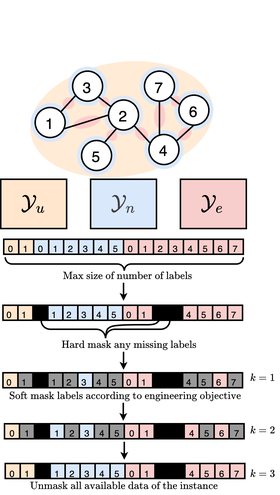
Mjvolk3/torchcell keeps this draw.io diagram as notes/assets/drawio/TorchCell-Supervised-Learning-and-Teacher-Forcing-Generic-Phenotypes.drawio.png. Above is the earlier version. Source tidied: cells renumbered, new cells last; positions are measured from the earlier drawing's top-left corner, leaving out a move shared by most shapes.
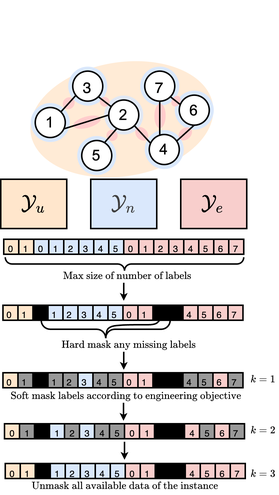
After the change.

Diff of the diagram source:
```diff
@@ -2,19 +2,19 @@
   <root>
     <mxCell id="0" />
     <mxCell id="1" parent="0" />
-    <mxCell id="2" value="&lt;font style=&quot;font-size: 6px;&quot;&gt;\(\text{Unmask all available data of the instance}\)&lt;/font&gt;" style="rounded=0;whiteSpace=wrap;html=1;strokeColor=none;" parent="1" vertex="1">
+    <mxCell id="2" value="&lt;font face=&quot;Arial&quot; style=&quot;font-size: 6px;&quot;&gt;\(\text{Unmask all available data of the instance}\)&lt;/font&gt;" style="rounded=0;whiteSpace=wrap;html=1;strokeColor=none;" parent="1" vertex="1">
       <mxGeometry x="22.5" y="315" width="120" height="15" as="geometry" />
     </mxCell>
-    <mxCell id="3" value="&lt;font style=&quot;font-size: 6px;&quot;&gt;\(\text{Soft mask labels according to engineering objective}\)&lt;/font&gt;" style="rounded=0;whiteSpace=wrap;html=1;strokeColor=none;" parent="1" vertex="1">
+    <mxCell id="3" value="&lt;font face=&quot;Arial&quot; style=&quot;font-size: 6px;&quot;&gt;\(\text{Soft mask labels according to engineering objective}\)&lt;/font&gt;" style="rounded=0;whiteSpace=wrap;html=1;strokeColor=none;" parent="1" vertex="1">
       <mxGeometry x="24.5" y="255" width="120" height="15" as="geometry" />
     </mxCell>
-    <mxCell id="4" value="&lt;font style=&quot;font-size: 6px;&quot;&gt;\(\text{Hard mask any missing labels}\)&lt;/font&gt;" style="rounded=0;whiteSpace=wrap;html=1;strokeColor=none;" parent="1" vertex="1">
+    <mxCell id="4" value="&lt;font face=&quot;Arial&quot; style=&quot;font-size: 6px;&quot;&gt;\(\text{Hard mask any missing labels}\)&lt;/font&gt;" style="rounded=0;whiteSpace=wrap;html=1;strokeColor=none;" parent="1" vertex="1">
       <mxGeometry x="26.5" y="221" width="120" height="15" as="geometry" />
     </mxCell>
-    <mxCell id="5" value="&lt;font style=&quot;font-size: 6px;&quot;&gt;\(\text{Max size of number of labels}\)&lt;/font&gt;" style="rounded=0;whiteSpace=wrap;html=1;strokeColor=none;" parent="1" vertex="1">
+    <mxCell id="5" value="&lt;font face=&quot;Arial&quot; style=&quot;font-size: 6px;&quot;&gt;\(\text{Max size of number of labels}\)&lt;/font&gt;" style="rounded=0;whiteSpace=wrap;html=1;strokeColor=none;" parent="1" vertex="1">
       <mxGeometry x="25.5" y="175" width="120" height="15" as="geometry" />
     </mxCell>
-    <mxCell id="6" value="&lt;font&gt;\(\mathcal{Y}_u\)&lt;/font&gt;" style="rounded=0;whiteSpace=wrap;html=1;fillColor=#ffe6cc;strokeColor=#000000;" parent="1" vertex="1">
+    <mxCell id="6" value="&lt;font face=&quot;Arial&quot;&gt;\(\mathcal{Y}_u\)&lt;/font&gt;" style="rounded=0;whiteSpace=wrap;html=1;fillColor=#ffe6cc;strokeColor=#000000;" parent="1" vertex="1">
       <mxGeometry y="120" width="44" height="32.9" as="geometry" />
     </mxCell>
     <mxCell id="7" style="group;" parent="1" vertex="1">
@@ -44,22 +44,22 @@
     <mxCell id="15" style="ellipse;whiteSpace=wrap;html=1;strokeColor=none;fillColor=#dae8fc;" parent="7" vertex="1">
       <mxGeometry x="39.6" y="91.2" width="26" height="26" as="geometry" />
     </mxCell>
-    <mxCell id="16" value="1" style="ellipse;whiteSpace=wrap;html=1;fontSize=10;" parent="7" vertex="1">
+    <mxCell id="16" value="&lt;font face=&quot;Arial&quot;&gt;1&lt;/font&gt;" style="ellipse;whiteSpace=wrap;html=1;fontSize=10;" parent="7" vertex="1">
       <mxGeometry x="11.6" y="72.2" width="20" height="20" as="geometry" />
     </mxCell>
     <mxCell id="17" value="3" style="ellipse;whiteSpace=wrap;html=1;fontSize=10;" parent="7" vertex="1">
       <mxGeometry x="36.6" y="47.9" width="20" height="20" as="geometry" />
     </mxCell>
-    <mxCell id="18" value="2" style="ellipse;whiteSpace=wrap;html=1;fontSize=10;" parent="7" vertex="1">
+    <mxCell id="18" value="&lt;font face=&quot;Arial&quot;&gt;2&lt;/font&gt;" style="ellipse;whiteSpace=wrap;html=1;fontSize=10;" parent="7" vertex="1">
       <mxGeometry x="60.6" y="67.2" width="20" height="20" as="geometry" />
     </mxCell>
-    <mxCell id="19" value="4" style="ellipse;whiteSpace=wrap;html=1;fontSize=10;" parent="7" vertex="1">
+    <mxCell id="19" value="&lt;font face=&quot;Arial&quot;&gt;4&lt;/font&gt;" style="ellipse;whiteSpace=wrap;html=1;fontSize=10;" parent="7" vertex="1">
       <mxGeometry x="87.6" y="90.2" width="20" height="20" as="geometry" />
     </mxCell>
-    <mxCell id="20" value="5" style="ellipse;whiteSpace=wrap;html=1;fontSize=10;" parent="7" vertex="1">
+    <mxCell id="20" value="&lt;font face=&quot;Arial&quot;&gt;5&lt;/font&gt;" style="ellipse;whiteSpace=wrap;html=1;fontSize=10;" parent="7" vertex="1">
       <mxGeometry x="42.6" y="94.2" width="20" height="20" as="geometry" />
     </mxCell>
-    <mxCell id="21" value="6" style="ellipse;whiteSpace=wrap;html=1;fontSize=10;" parent="7" vertex="1">
+    <mxCell id="21" value="&lt;font face=&quot;Arial&quot;&gt;6&lt;/font&gt;" style="ellipse;whiteSpace=wrap;html=1;fontSize=10;" parent="7" vertex="1">
       <mxGeometry x="107.6" y="63.9" width="20" height="20" as="geometry" />
     </mxCell>
     <mxCell id="22" value="7" style="ellipse;whiteSpace=wrap;html=1;fontSize=10;" parent="7" vertex="1">
@@ -117,10 +117,10 @@
     <mxCell id="38" style="edgeStyle=none;html=1;exitX=1;exitY=1;exitDx=0;exitDy=0;fontSize=10;endArrow=none;endFill=0;entryX=0.037;entryY=0.317;entryDx=0;entryDy=0;entryPerimeter=0;" parent="7" edge="1" source="22" target="21">
       <mxGeometry relative="1" as="geometry" />
     </mxCell>
-    <mxCell id="39" value="&lt;span style=&quot;color: rgb(63, 63, 63);&quot;&gt;\(\mathcal{Y}_n\)&lt;/span&gt;" style="rounded=0;whiteSpace=wrap;html=1;fillColor=#dae8fc;strokeColor=#000000;" parent="1" vertex="1">
+    <mxCell id="39" value="&lt;span style=&quot;color: rgb(63, 63, 63);&quot;&gt;&lt;font face=&quot;Arial&quot;&gt;\(\mathcal{Y}_n\)&lt;/font&gt;&lt;/span&gt;" style="rounded=0;whiteSpace=wrap;html=1;fillColor=#dae8fc;strokeColor=#000000;" parent="1" vertex="1">
       <mxGeometry x="60" y="120" width="44" height="32.9" as="geometry" />
     </mxCell>
-    <mxCell id="40" value="&lt;font&gt;\(\mathcal{Y}_e\)&lt;/font&gt;" style="rounded=0;whiteSpace=wrap;html=1;fillColor=#f8cecc;strokeColor=#000000;" parent="1" vertex="1">
+    <mxCell id="40" value="&lt;font face=&quot;Arial&quot;&gt;\(\mathcal{Y}_e\)&lt;/font&gt;" style="rounded=0;whiteSpace=wrap;html=1;fillColor=#f8cecc;strokeColor=#000000;" parent="1" vertex="1">
       <mxGeometry x="120" y="120" width="44" height="32.9" as="geometry" />
     </mxCell>
     <mxCell id="41" value="&lt;font style=&quot;font-size: 6px;&quot;&gt;0&lt;/font&gt;" style="rounded=0;whiteSpace=wrap;html=1;fillColor=#ffe6cc;strokeColor=#000000;" parent="1" vertex="1">
@@ -344,13 +344,13 @@
     <mxCell id="109" value="&lt;font style=&quot;font-size: 6px;&quot;&gt;7&lt;/font&gt;" style="rounded=0;whiteSpace=wrap;html=1;fillColor=#999999;strokeColor=#000000;" parent="1" vertex="1">
       <mxGeometry x="152.5" y="283" width="10" height="10" as="geometry" />
     </mxCell>
-    <mxCell id="110" value="&lt;span style=&quot;font-size: 6px;&quot;&gt;\(k=1\)&lt;/span&gt;" style="rounded=0;whiteSpace=wrap;html=1;strokeColor=none;" parent="1" vertex="1">
+    <mxCell id="110" value="&lt;span style=&quot;font-size: 6px;&quot;&gt;&lt;font face=&quot;Arial&quot;&gt;\(k=1\)&lt;/font&gt;&lt;/span&gt;" style="rounded=0;whiteSpace=wrap;html=1;strokeColor=none;" parent="1" vertex="1">
       <mxGeometry x="164" y="244" width="21.5" height="15" as="geometry" />
     </mxCell>
-    <mxCell id="111" value="&lt;span style=&quot;font-size: 6px;&quot;&gt;\(k=2\)&lt;/span&gt;" style="rounded=0;whiteSpace=wrap;html=1;strokeColor=none;" parent="1" vertex="1">
+    <mxCell id="111" value="&lt;span style=&quot;font-size: 6px;&quot;&gt;&lt;font face=&quot;Arial&quot;&gt;\(k=2\)&lt;/font&gt;&lt;/span&gt;" style="rounded=0;whiteSpace=wrap;html=1;strokeColor=none;" parent="1" vertex="1">
       <mxGeometry x="164" y="278" width="21.5" height="15" as="geometry" />
     </mxCell>
-    <mxCell id="112" value="&lt;span style=&quot;font-size: 6px;&quot;&gt;\(k=3\)&lt;/span&gt;" style="rounded=0;whiteSpace=wrap;html=1;strokeColor=none;" parent="1" vertex="1">
+    <mxCell id="112" value="&lt;span style=&quot;font-size: 6px;&quot;&gt;&lt;font face=&quot;Arial&quot;&gt;\(k=3\)&lt;/font&gt;&lt;/span&gt;" style="rounded=0;whiteSpace=wrap;html=1;strokeColor=none;" parent="1" vertex="1">
       <mxGeometry x="164" y="307" width="21.5" height="15" as="geometry" />
     </mxCell>
     <mxCell id="113" style="endArrow=classic;html=1;endSize=2;" parent="1" edge="1">
```
